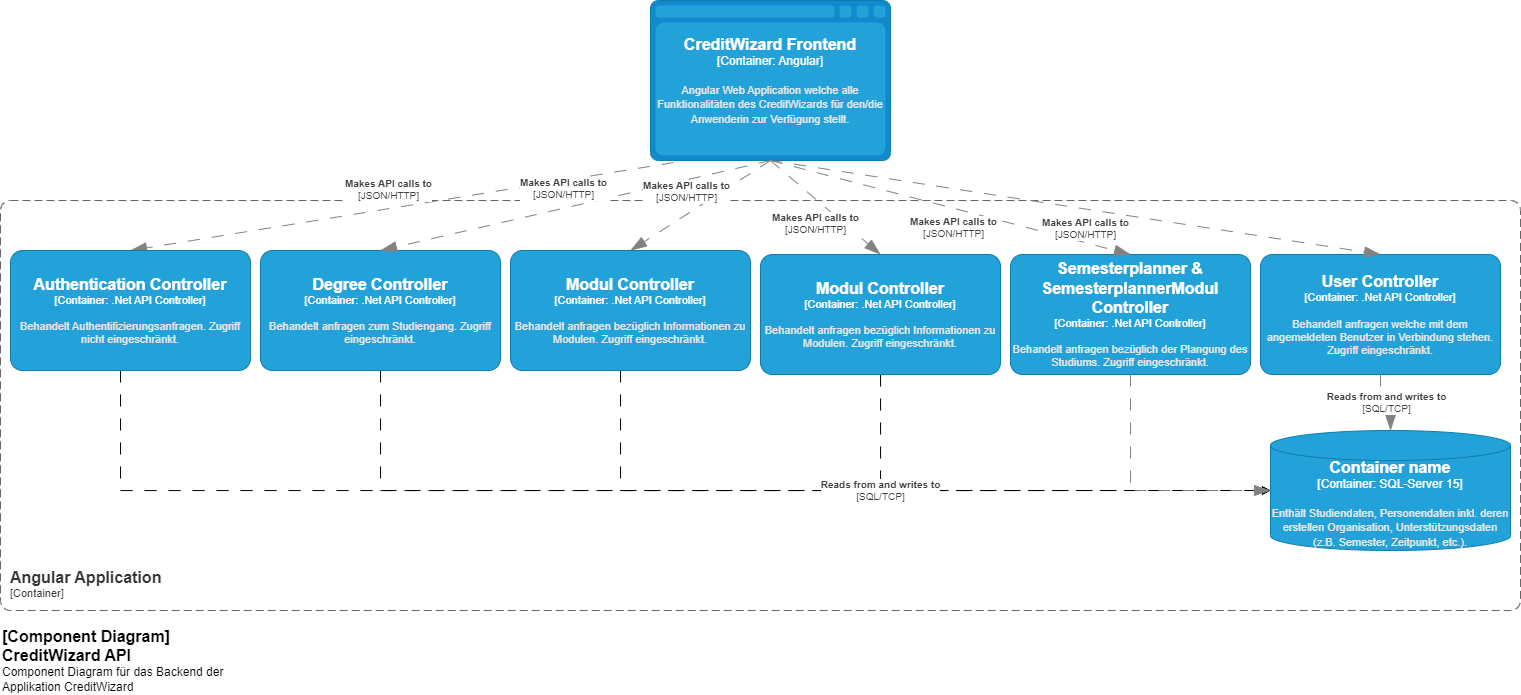
Earlier version of the draw.io export docs/pictures/ComponentDiagram_Backend.png (Laars1/credit-wizard). Source tidied: cells renumbered, new cells last; positions are measured from the earlier drawing's top-left corner, leaving out a move shared by most shapes. Source of this version:
```xml
<mxGraphModel>
  <root>
    <mxCell id="0" />
    <mxCell id="1" parent="0" />
    <object id="2" label="&lt;font style=&quot;font-size: 16px&quot;&gt;&lt;b&gt;&lt;div style=&quot;text-align: left&quot;&gt;%c4Name%&lt;/div&gt;&lt;/b&gt;&lt;/font&gt;&lt;div style=&quot;text-align: left&quot;&gt;[%c4Application%]&lt;/div&gt;" c4Application="Container" c4Name="Angular Application" c4Type="ContainerScopeBoundary" placeholders="1">
      <mxCell style="rounded=1;fontSize=11;whiteSpace=wrap;html=1;dashed=1;arcSize=20;fillColor=none;strokeColor=#666666;fontColor=#333333;labelBackgroundColor=none;align=left;verticalAlign=bottom;labelBorderColor=none;spacingTop=0;spacing=10;dashPattern=8 4;perimeter=rectanglePerimeter;noLabel=0;labelPadding=0;absoluteArcSize=1;" parent="1" vertex="1">
        <mxGeometry y="200" width="1520" height="410" as="geometry" />
      </mxCell>
    </object>
    <object id="3" label="&lt;font style=&quot;font-size: 16px&quot;&gt;&lt;b&gt;%c4Type%&lt;/b&gt;&lt;/font&gt;&lt;div&gt;[%c4Container%:&amp;nbsp;%c4Technology%]&lt;/div&gt;&lt;br&gt;&lt;div&gt;&lt;font style=&quot;font-size: 11px&quot;&gt;&lt;font color=&quot;#E6E6E6&quot;&gt;%c4Description%&lt;/font&gt;&lt;/div&gt;" c4Container="Container" c4Description="Angular Web Application welche alle Funktionalitäten des CreditWizards für den/die Anwenderin zur Verfügung stellt." c4Technology="Angular" c4Type="CreditWizard Frontend" placeholders="1">
      <mxCell style="shape=mxgraph.c4.webBrowserContainer2;whiteSpace=wrap;html=1;boundedLbl=1;rounded=0;labelBackgroundColor=none;strokeColor=#118ACD;fillColor=#23A2D9;strokeColor=#118ACD;strokeColor2=#0E7DAD;fontSize=12;fontColor=#ffffff;align=center;points=[[0.5,0,0],[1,0.25,0],[1,0.5,0],[1,0.75,0],[0.5,1,0],[0,0.75,0],[0,0.5,0],[0,0.25,0]];" parent="1" vertex="1">
        <mxGeometry x="650" width="240" height="160" as="geometry" />
      </mxCell>
    </object>
    <object id="4" label="&lt;div style=&quot;text-align: left&quot;&gt;&lt;div style=&quot;text-align: center&quot;&gt;&lt;b&gt;%c4Description%&lt;/b&gt;&lt;/div&gt;&lt;div style=&quot;text-align: center&quot;&gt;[%c4Technology%]&lt;/div&gt;&lt;/div&gt;" c4Description="Makes API calls to" c4Technology="JSON/HTTP" c4Type="Relationship" placeholders="1">
      <mxCell style="endArrow=blockThin;html=1;fontSize=10;fontColor=#404040;strokeWidth=1;endFill=1;strokeColor=#828282;elbow=vertical;endSize=14;startSize=14;jumpStyle=arc;jumpSize=16;rounded=0;exitX=0.096;exitY=1.013;exitDx=0;exitDy=0;exitPerimeter=0;dashed=1;dashPattern=12 12;entryX=0.5;entryY=0;entryDx=0;entryDy=0;entryPerimeter=0;" parent="1" edge="1" source="3" target="9">
        <mxGeometry x="0.04" y="-19" relative="1" as="geometry" />
      </mxCell>
    </object>
    <object id="5" label="&lt;font style=&quot;font-size: 16px&quot;&gt;&lt;b&gt;%c4Type%&lt;/b&gt;&lt;/font&gt;&lt;div&gt;[%c4Container%:&amp;nbsp;%c4Technology%]&lt;/div&gt;&lt;br&gt;&lt;div&gt;&lt;font style=&quot;font-size: 11px&quot;&gt;&lt;font color=&quot;#E6E6E6&quot;&gt;%c4Description%&lt;/font&gt;&lt;/div&gt;" c4Container="Container" c4Description="Enthält Studiendaten, Personendaten inkl. deren erstellen Organisation, Unterstützungsdaten (z.B. Semester, Zeitpunkt, etc.)." c4Technology="SQL-Server 15" c4Type="Container name" placeholders="1">
      <mxCell style="shape=cylinder3;size=15;whiteSpace=wrap;html=1;boundedLbl=1;rounded=0;labelBackgroundColor=none;fillColor=#23A2D9;fontSize=12;fontColor=#ffffff;align=center;strokeColor=#0E7DAD;points=[[0.5,0,0],[1,0.25,0],[1,0.5,0],[1,0.75,0],[0.5,1,0],[0,0.75,0],[0,0.5,0],[0,0.25,0]];rotation=0;" parent="1" vertex="1">
        <mxGeometry x="1270" y="430" width="240" height="120" as="geometry" />
      </mxCell>
    </object>
    <object id="6" label="&lt;div style=&quot;text-align: left&quot;&gt;&lt;div style=&quot;text-align: center&quot;&gt;&lt;b&gt;%c4Description%&lt;/b&gt;&lt;/div&gt;&lt;div style=&quot;text-align: center&quot;&gt;[%c4Technology%]&lt;/div&gt;&lt;/div&gt;" c4Description="Reads from and writes to" c4Technology="SQL/TCP" c4Type="Relationship" placeholders="1">
      <mxCell style="endArrow=blockThin;html=1;fontSize=10;fontColor=#404040;strokeWidth=1;endFill=1;strokeColor=#828282;elbow=vertical;endSize=14;startSize=14;jumpStyle=arc;jumpSize=16;rounded=0;edgeStyle=orthogonalEdgeStyle;dashed=1;dashPattern=12 12;exitX=0.5;exitY=1;exitDx=0;exitDy=0;exitPerimeter=0;" parent="1" edge="1" source="17" target="5">
        <mxGeometry x="0.04" relative="1" as="geometry" />
      </mxCell>
    </object>
    <object id="7" label="&lt;font style=&quot;font-size: 16px&quot;&gt;&lt;b&gt;&lt;div style=&quot;text-align: left&quot;&gt;%c4Name%&lt;/div&gt;&lt;/b&gt;&lt;/font&gt;&lt;div style=&quot;text-align: left&quot;&gt;%c4Description%&lt;/div&gt;" c4Description="Component Diagram für das Backend der Applikation CreditWizard" c4Name="[Component Diagram] CreditWizard API" c4Type="ContainerScopeBoundary" placeholders="1">
      <mxCell style="text;html=1;strokeColor=none;fillColor=none;align=left;verticalAlign=top;whiteSpace=wrap;rounded=0;" parent="1" vertex="1">
        <mxGeometry y="620" width="260" height="40" as="geometry" />
      </mxCell>
    </object>
    <mxCell id="8" style="edgeStyle=orthogonalEdgeStyle;rounded=0;jettySize=auto;html=1;entryX=0;entryY=0.5;entryDx=0;entryDy=0;entryPerimeter=0;dashed=1;dashPattern=12 12;" parent="1" edge="1" source="9" target="5">
      <mxGeometry relative="1" as="geometry">
        <Array as="points">
          <mxPoint x="120" y="490" />
        </Array>
      </mxGeometry>
    </mxCell>
    <object id="9" label="&lt;font style=&quot;font-size: 16px&quot;&gt;&lt;b&gt;%c4Name%&lt;/b&gt;&lt;/font&gt;&lt;div&gt;[%c4Type%: %c4Technology%]&lt;/div&gt;&lt;br&gt;&lt;div&gt;&lt;font style=&quot;font-size: 11px&quot;&gt;&lt;font color=&quot;#E6E6E6&quot;&gt;%c4Description%&lt;/font&gt;&lt;/div&gt;" c4Description="Behandelt Authentifizierungsanfragen. Zugriff nicht eingeschränkt." c4Name="Authentication Controller" c4Technology=".Net API Controller" c4Type="Container" placeholders="1">
      <mxCell style="rounded=1;whiteSpace=wrap;html=1;fontSize=11;labelBackgroundColor=none;fillColor=#23A2D9;fontColor=#ffffff;align=center;arcSize=10;strokeColor=#0E7DAD;points=[[0.25,0,0],[0.5,0,0],[0.75,0,0],[1,0.25,0],[1,0.5,0],[1,0.75,0],[0.75,1,0],[0.5,1,0],[0.25,1,0],[0,0.75,0],[0,0.5,0],[0,0.25,0]];" parent="1" vertex="1">
        <mxGeometry x="10" y="250" width="240" height="120" as="geometry" />
      </mxCell>
    </object>
    <mxCell id="10" style="edgeStyle=orthogonalEdgeStyle;rounded=0;jettySize=auto;html=1;entryX=0;entryY=0.5;entryDx=0;entryDy=0;entryPerimeter=0;dashed=1;dashPattern=12 12;" parent="1" edge="1" source="11" target="5">
      <mxGeometry relative="1" as="geometry">
        <Array as="points">
          <mxPoint x="380" y="490" />
        </Array>
      </mxGeometry>
    </mxCell>
    <object id="11" label="&lt;font style=&quot;font-size: 16px&quot;&gt;&lt;b&gt;%c4Name%&lt;/b&gt;&lt;/font&gt;&lt;div&gt;[%c4Type%: %c4Technology%]&lt;/div&gt;&lt;br&gt;&lt;div&gt;&lt;font style=&quot;font-size: 11px&quot;&gt;&lt;font color=&quot;#E6E6E6&quot;&gt;%c4Description%&lt;/font&gt;&lt;/div&gt;" c4Description="Behandelt anfragen zum Studiengang. Zugriff eingeschränkt." c4Name="Degree Controller" c4Technology=".Net API Controller" c4Type="Container" placeholders="1">
      <mxCell style="rounded=1;whiteSpace=wrap;html=1;fontSize=11;labelBackgroundColor=none;fillColor=#23A2D9;fontColor=#ffffff;align=center;arcSize=10;strokeColor=#0E7DAD;points=[[0.25,0,0],[0.5,0,0],[0.75,0,0],[1,0.25,0],[1,0.5,0],[1,0.75,0],[0.75,1,0],[0.5,1,0],[0.25,1,0],[0,0.75,0],[0,0.5,0],[0,0.25,0]];" parent="1" vertex="1">
        <mxGeometry x="260" y="250" width="240" height="120" as="geometry" />
      </mxCell>
    </object>
    <mxCell id="12" style="edgeStyle=orthogonalEdgeStyle;rounded=0;jettySize=auto;html=1;entryX=0;entryY=0.5;entryDx=0;entryDy=0;entryPerimeter=0;dashed=1;dashPattern=12 12;" parent="1" edge="1" source="13" target="5">
      <mxGeometry relative="1" as="geometry">
        <Array as="points">
          <mxPoint x="620" y="490" />
        </Array>
      </mxGeometry>
    </mxCell>
    <object id="13" label="&lt;font style=&quot;font-size: 16px&quot;&gt;&lt;b&gt;%c4Name%&lt;/b&gt;&lt;/font&gt;&lt;div&gt;[%c4Type%: %c4Technology%]&lt;/div&gt;&lt;br&gt;&lt;div&gt;&lt;font style=&quot;font-size: 11px&quot;&gt;&lt;font color=&quot;#E6E6E6&quot;&gt;%c4Description%&lt;/font&gt;&lt;/div&gt;" c4Description="Behandelt anfragen bezüglich Informationen zu Modulen. Zugriff eingeschränkt." c4Name="Modul Controller" c4Technology=".Net API Controller" c4Type="Container" placeholders="1">
      <mxCell style="rounded=1;whiteSpace=wrap;html=1;fontSize=11;labelBackgroundColor=none;fillColor=#23A2D9;fontColor=#ffffff;align=center;arcSize=10;strokeColor=#0E7DAD;points=[[0.25,0,0],[0.5,0,0],[0.75,0,0],[1,0.25,0],[1,0.5,0],[1,0.75,0],[0.75,1,0],[0.5,1,0],[0.25,1,0],[0,0.75,0],[0,0.5,0],[0,0.25,0]];" parent="1" vertex="1">
        <mxGeometry x="510" y="250" width="240" height="120" as="geometry" />
      </mxCell>
    </object>
    <mxCell id="14" style="edgeStyle=orthogonalEdgeStyle;rounded=0;jettySize=auto;html=1;entryX=0;entryY=0.5;entryDx=0;entryDy=0;entryPerimeter=0;dashed=1;dashPattern=12 12;" parent="1" edge="1" source="15" target="5">
      <mxGeometry relative="1" as="geometry">
        <Array as="points">
          <mxPoint x="880" y="490" />
        </Array>
      </mxGeometry>
    </mxCell>
    <object id="15" label="&lt;font style=&quot;font-size: 16px&quot;&gt;&lt;b&gt;%c4Name%&lt;/b&gt;&lt;/font&gt;&lt;div&gt;[%c4Type%: %c4Technology%]&lt;/div&gt;&lt;br&gt;&lt;div&gt;&lt;font style=&quot;font-size: 11px&quot;&gt;&lt;font color=&quot;#E6E6E6&quot;&gt;%c4Description%&lt;/font&gt;&lt;/div&gt;" c4Description="Behandelt anfragen bezüglich Informationen zu Modulen. Zugriff eingeschränkt." c4Name="Modul Controller" c4Technology=".Net API Controller" c4Type="Container" placeholders="1">
      <mxCell style="rounded=1;whiteSpace=wrap;html=1;fontSize=11;labelBackgroundColor=none;fillColor=#23A2D9;fontColor=#ffffff;align=center;arcSize=10;strokeColor=#0E7DAD;points=[[0.25,0,0],[0.5,0,0],[0.75,0,0],[1,0.25,0],[1,0.5,0],[1,0.75,0],[0.75,1,0],[0.5,1,0],[0.25,1,0],[0,0.75,0],[0,0.5,0],[0,0.25,0]];" parent="1" vertex="1">
        <mxGeometry x="760" y="254" width="240" height="120" as="geometry" />
      </mxCell>
    </object>
    <object id="16" label="&lt;font style=&quot;font-size: 16px&quot;&gt;&lt;b&gt;%c4Name%&lt;/b&gt;&lt;/font&gt;&lt;div&gt;[%c4Type%: %c4Technology%]&lt;/div&gt;&lt;br&gt;&lt;div&gt;&lt;font style=&quot;font-size: 11px&quot;&gt;&lt;font color=&quot;#E6E6E6&quot;&gt;%c4Description%&lt;/font&gt;&lt;/div&gt;" c4Description="Behandelt anfragen bezüglich der Plangung des Studiums. Zugriff eingeschränkt." c4Name="Semesterplanner &amp; SemesterplannerModul Controller" c4Technology=".Net API Controller" c4Type="Container" placeholders="1">
      <mxCell style="rounded=1;whiteSpace=wrap;html=1;fontSize=11;labelBackgroundColor=none;fillColor=#23A2D9;fontColor=#ffffff;align=center;arcSize=10;strokeColor=#0E7DAD;points=[[0.25,0,0],[0.5,0,0],[0.75,0,0],[1,0.25,0],[1,0.5,0],[1,0.75,0],[0.75,1,0],[0.5,1,0],[0.25,1,0],[0,0.75,0],[0,0.5,0],[0,0.25,0]];" parent="1" vertex="1">
        <mxGeometry x="1010" y="254" width="240" height="120" as="geometry" />
      </mxCell>
    </object>
    <object id="17" label="&lt;font style=&quot;font-size: 16px&quot;&gt;&lt;b&gt;%c4Name%&lt;/b&gt;&lt;/font&gt;&lt;div&gt;[%c4Type%: %c4Technology%]&lt;/div&gt;&lt;br&gt;&lt;div&gt;&lt;font style=&quot;font-size: 11px&quot;&gt;&lt;font color=&quot;#E6E6E6&quot;&gt;%c4Description%&lt;/font&gt;&lt;/div&gt;" c4Description="Behandelt anfragen welche mit dem angemeldeten Benutzer in Verbindung stehen. Zugriff eingeschränkt." c4Name="User Controller" c4Technology=".Net API Controller" c4Type="Container" placeholders="1">
      <mxCell style="rounded=1;whiteSpace=wrap;html=1;fontSize=11;labelBackgroundColor=none;fillColor=#23A2D9;fontColor=#ffffff;align=center;arcSize=10;strokeColor=#0E7DAD;points=[[0.25,0,0],[0.5,0,0],[0.75,0,0],[1,0.25,0],[1,0.5,0],[1,0.75,0],[0.75,1,0],[0.5,1,0],[0.25,1,0],[0,0.75,0],[0,0.5,0],[0,0.25,0]];" parent="1" vertex="1">
        <mxGeometry x="1260" y="254" width="240" height="120" as="geometry" />
      </mxCell>
    </object>
    <object id="18" label="&lt;div style=&quot;text-align: left&quot;&gt;&lt;div style=&quot;text-align: center&quot;&gt;&lt;b&gt;%c4Description%&lt;/b&gt;&lt;/div&gt;&lt;div style=&quot;text-align: center&quot;&gt;[%c4Technology%]&lt;/div&gt;&lt;/div&gt;" c4Description="Makes API calls to" c4Technology="JSON/HTTP" c4Type="Relationship" placeholders="1">
      <mxCell style="endArrow=blockThin;html=1;fontSize=10;fontColor=#404040;strokeWidth=1;endFill=1;strokeColor=#828282;elbow=vertical;endSize=14;startSize=14;jumpStyle=arc;jumpSize=16;rounded=0;exitX=0.5;exitY=1;exitDx=0;exitDy=0;exitPerimeter=0;dashed=1;dashPattern=12 12;entryX=0.5;entryY=0;entryDx=0;entryDy=0;entryPerimeter=0;" parent="1" edge="1" source="3" target="11">
        <mxGeometry x="0.04" y="-19" relative="1" as="geometry" />
      </mxCell>
    </object>
    <object id="19" label="&lt;div style=&quot;text-align: left&quot;&gt;&lt;div style=&quot;text-align: center&quot;&gt;&lt;b&gt;%c4Description%&lt;/b&gt;&lt;/div&gt;&lt;div style=&quot;text-align: center&quot;&gt;[%c4Technology%]&lt;/div&gt;&lt;/div&gt;" c4Description="Makes API calls to" c4Technology="JSON/HTTP" c4Type="Relationship" placeholders="1">
      <mxCell style="endArrow=blockThin;html=1;fontSize=10;fontColor=#404040;strokeWidth=1;endFill=1;strokeColor=#828282;elbow=vertical;endSize=14;startSize=14;jumpStyle=arc;jumpSize=16;rounded=0;exitX=0.5;exitY=1;exitDx=0;exitDy=0;exitPerimeter=0;dashed=1;dashPattern=12 12;entryX=0.5;entryY=0;entryDx=0;entryDy=0;entryPerimeter=0;" parent="1" edge="1" source="3" target="13">
        <mxGeometry x="0.04" y="-19" relative="1" as="geometry" />
      </mxCell>
    </object>
    <object id="20" label="&lt;div style=&quot;text-align: left&quot;&gt;&lt;div style=&quot;text-align: center&quot;&gt;&lt;b&gt;%c4Description%&lt;/b&gt;&lt;/div&gt;&lt;div style=&quot;text-align: center&quot;&gt;[%c4Technology%]&lt;/div&gt;&lt;/div&gt;" c4Description="Makes API calls to" c4Technology="JSON/HTTP" c4Type="Relationship" placeholders="1">
      <mxCell style="endArrow=blockThin;html=1;fontSize=10;fontColor=#404040;strokeWidth=1;endFill=1;strokeColor=#828282;elbow=vertical;endSize=14;startSize=14;jumpStyle=arc;jumpSize=16;rounded=0;exitX=0.5;exitY=1;exitDx=0;exitDy=0;exitPerimeter=0;dashed=1;dashPattern=12 12;entryX=0.5;entryY=0;entryDx=0;entryDy=0;entryPerimeter=0;" parent="1" edge="1" source="3" target="15">
        <mxGeometry x="0.04" y="-19" relative="1" as="geometry" />
      </mxCell>
    </object>
    <object id="21" label="&lt;div style=&quot;text-align: left&quot;&gt;&lt;div style=&quot;text-align: center&quot;&gt;&lt;b&gt;%c4Description%&lt;/b&gt;&lt;/div&gt;&lt;div style=&quot;text-align: center&quot;&gt;[%c4Technology%]&lt;/div&gt;&lt;/div&gt;" c4Description="Makes API calls to" c4Technology="JSON/HTTP" c4Type="Relationship" placeholders="1">
      <mxCell style="endArrow=blockThin;html=1;fontSize=10;fontColor=#404040;strokeWidth=1;endFill=1;strokeColor=#828282;elbow=vertical;endSize=14;startSize=14;jumpStyle=arc;jumpSize=16;rounded=0;exitX=0.5;exitY=1;exitDx=0;exitDy=0;exitPerimeter=0;dashed=1;dashPattern=12 12;entryX=0.5;entryY=0;entryDx=0;entryDy=0;entryPerimeter=0;" parent="1" edge="1" source="3" target="16">
        <mxGeometry x="0.04" y="-19" relative="1" as="geometry" />
      </mxCell>
    </object>
    <object id="22" label="&lt;div style=&quot;text-align: left&quot;&gt;&lt;div style=&quot;text-align: center&quot;&gt;&lt;b&gt;%c4Description%&lt;/b&gt;&lt;/div&gt;&lt;div style=&quot;text-align: center&quot;&gt;[%c4Technology%]&lt;/div&gt;&lt;/div&gt;" c4Description="Makes API calls to" c4Technology="JSON/HTTP" c4Type="Relationship" placeholders="1">
      <mxCell style="endArrow=blockThin;html=1;fontSize=10;fontColor=#404040;strokeWidth=1;endFill=1;strokeColor=#828282;elbow=vertical;endSize=14;startSize=14;jumpStyle=arc;jumpSize=16;rounded=0;exitX=0.5;exitY=1;exitDx=0;exitDy=0;exitPerimeter=0;dashed=1;dashPattern=12 12;entryX=0.5;entryY=0;entryDx=0;entryDy=0;entryPerimeter=0;" parent="1" edge="1" source="3" target="17">
        <mxGeometry x="0.04" y="-19" relative="1" as="geometry" />
      </mxCell>
    </object>
    <object id="23" label="&lt;div style=&quot;text-align: left&quot;&gt;&lt;div style=&quot;text-align: center&quot;&gt;&lt;b&gt;%c4Description%&lt;/b&gt;&lt;/div&gt;&lt;div style=&quot;text-align: center&quot;&gt;[%c4Technology%]&lt;/div&gt;&lt;/div&gt;" c4Description="Reads from and writes to" c4Technology="SQL/TCP" c4Type="Relationship" placeholders="1">
      <mxCell style="endArrow=blockThin;html=1;fontSize=10;fontColor=#404040;strokeWidth=1;endFill=1;strokeColor=#828282;elbow=vertical;endSize=14;startSize=14;jumpStyle=arc;jumpSize=16;rounded=0;edgeStyle=orthogonalEdgeStyle;dashed=1;dashPattern=12 12;exitX=0.5;exitY=1;exitDx=0;exitDy=0;exitPerimeter=0;entryX=0;entryY=0.5;entryDx=0;entryDy=0;entryPerimeter=0;" parent="1" edge="1" source="16" target="5">
        <mxGeometry x="-0.09" y="-250" relative="1" as="geometry">
          <mxPoint y="1" as="offset" />
        </mxGeometry>
      </mxCell>
    </object>
  </root>
</mxGraphModel>
```
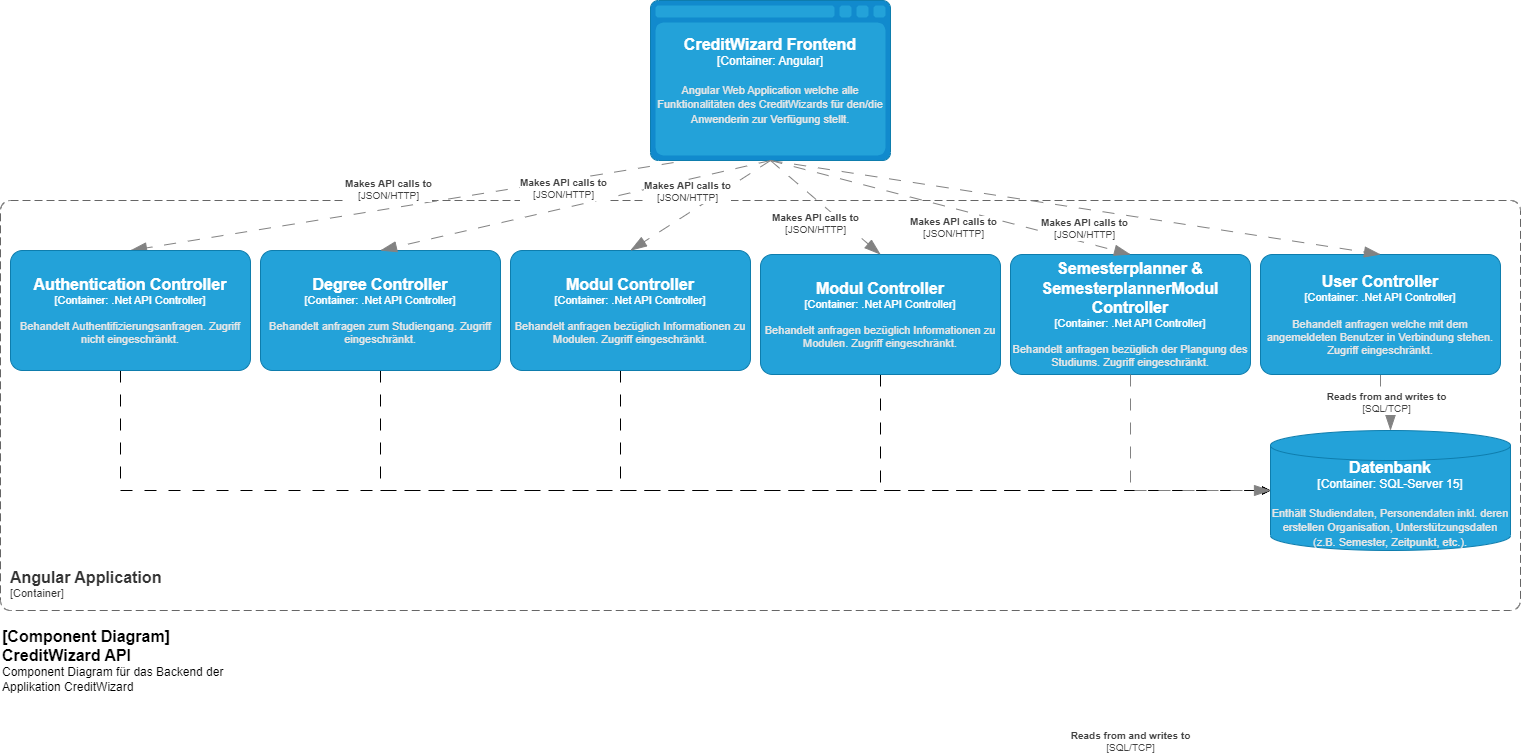
Above is the later version.

Commit message:
updated diagram typos

What changed in the source:
```diff
@@ -17,7 +17,7 @@
         <mxGeometry x="0.04" y="-19" relative="1" as="geometry" />
       </mxCell>
     </object>
-    <object id="5" label="&lt;font style=&quot;font-size: 16px&quot;&gt;&lt;b&gt;%c4Type%&lt;/b&gt;&lt;/font&gt;&lt;div&gt;[%c4Container%:&amp;nbsp;%c4Technology%]&lt;/div&gt;&lt;br&gt;&lt;div&gt;&lt;font style=&quot;font-size: 11px&quot;&gt;&lt;font color=&quot;#E6E6E6&quot;&gt;%c4Description%&lt;/font&gt;&lt;/div&gt;" c4Container="Container" c4Description="Enthält Studiendaten, Personendaten inkl. deren erstellen Organisation, Unterstützungsdaten (z.B. Semester, Zeitpunkt, etc.)." c4Technology="SQL-Server 15" c4Type="Container name" placeholders="1">
+    <object id="5" label="&lt;font style=&quot;font-size: 16px&quot;&gt;&lt;b&gt;%c4Type%&lt;/b&gt;&lt;/font&gt;&lt;div&gt;[%c4Container%:&amp;nbsp;%c4Technology%]&lt;/div&gt;&lt;br&gt;&lt;div&gt;&lt;font style=&quot;font-size: 11px&quot;&gt;&lt;font color=&quot;#E6E6E6&quot;&gt;%c4Description%&lt;/font&gt;&lt;/div&gt;" c4Container="Container" c4Description="Enthält Studiendaten, Personendaten inkl. deren erstellen Organisation, Unterstützungsdaten (z.B. Semester, Zeitpunkt, etc.)." c4Technology="SQL-Server 15" c4Type="Datenbank" placeholders="1">
       <mxCell style="shape=cylinder3;size=15;whiteSpace=wrap;html=1;boundedLbl=1;rounded=0;labelBackgroundColor=none;fillColor=#23A2D9;fontSize=12;fontColor=#ffffff;align=center;strokeColor=#0E7DAD;points=[[0.5,0,0],[1,0.25,0],[1,0.5,0],[1,0.75,0],[0.5,1,0],[0,0.75,0],[0,0.5,0],[0,0.25,0]];rotation=0;" parent="1" vertex="1">
         <mxGeometry x="1270" y="430" width="240" height="120" as="geometry" />
       </mxCell>
```
